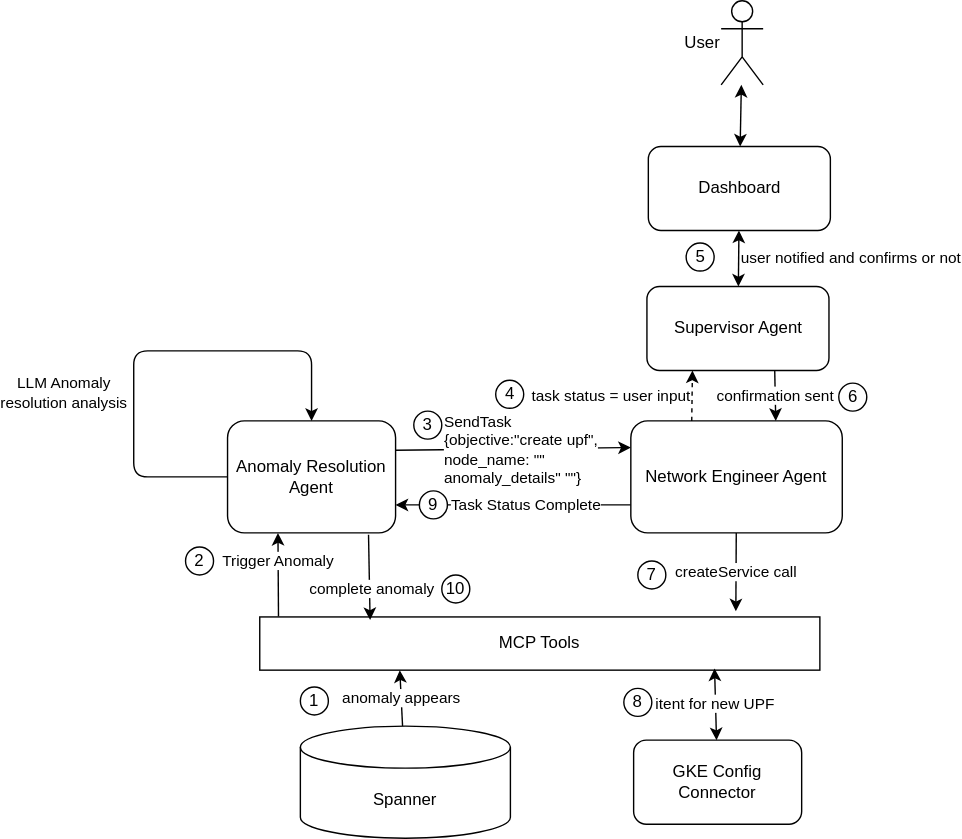
Before: drawings/agent/anomalyflow.drawio.svg, a diagram exported from draw.io (LeegenSteven/NetworkAgent-dev). Source tidied: cells renumbered, new cells last; positions are measured from the earlier drawing's top-left corner, leaving out a move shared by most shapes. The source it was exported from:
```xml
<mxGraphModel>
  <root>
    <mxCell id="0" />
    <mxCell id="1" parent="0" />
    <mxCell id="2" value="Trigger Anomaly" style="edgeStyle=none;html=1;entryX=0.5;entryY=1;entryDx=0;entryDy=0;exitX=0.157;exitY=0.041;exitDx=0;exitDy=0;exitPerimeter=0;" parent="1" edge="1">
      <mxGeometry x="0.33" relative="1" as="geometry">
        <mxPoint x="103.4" y="439.6" as="sourcePoint" />
        <mxPoint x="103" y="380" as="targetPoint" />
      </mxGeometry>
    </mxCell>
    <mxCell id="3" value="MCP Tools" style="rounded=0;whiteSpace=wrap;html=1;" parent="1" vertex="1">
      <mxGeometry x="90" y="440" width="400" height="38" as="geometry" />
    </mxCell>
    <mxCell id="4" value="task status = user input" style="edgeStyle=none;html=1;entryX=0.25;entryY=1;entryDx=0;entryDy=0;exitX=0.25;exitY=0;exitDx=0;exitDy=0;dashed=1;labelPosition=left;verticalLabelPosition=middle;align=right;verticalAlign=middle;" parent="1" edge="1" target="16">
      <mxGeometry relative="1" as="geometry">
        <mxPoint x="398.5" y="300" as="sourcePoint" />
      </mxGeometry>
    </mxCell>
    <mxCell id="5" value="LLM Anomaly&amp;nbsp;&lt;div&gt;resolution analysis&lt;/div&gt;" style="edgeStyle=none;html=1;entryX=0.5;entryY=0;entryDx=0;entryDy=0;" parent="1" edge="1" source="6" target="6">
      <mxGeometry x="-0.24" y="50" relative="1" as="geometry">
        <Array as="points">
          <mxPoint y="340" />
          <mxPoint y="250" />
          <mxPoint x="127" y="250" />
        </Array>
      </mxGeometry>
    </mxCell>
    <mxCell id="6" value="Anomaly Resolution Agent" style="rounded=1;whiteSpace=wrap;html=1;verticalAlign=middle;" parent="1" vertex="1">
      <mxGeometry x="67" y="300" width="120" height="80" as="geometry" />
    </mxCell>
    <mxCell id="7" value="SendTask&lt;div&gt;{objective:&quot;create upf&quot;,&lt;/div&gt;&lt;div&gt;node_name: &quot;&quot;&lt;/div&gt;&lt;div&gt;anomaly_details&quot; &quot;&quot;}&lt;/div&gt;" style="edgeStyle=none;html=1;entryX=0;entryY=0.75;entryDx=0;entryDy=0;align=left;" parent="1" edge="1">
      <mxGeometry x="-0.61" relative="1" as="geometry">
        <mxPoint x="187" y="321" as="sourcePoint" />
        <mxPoint x="355" y="319" as="targetPoint" />
      </mxGeometry>
    </mxCell>
    <mxCell id="8" value="Task Status Complete" style="edgeStyle=none;html=1;entryX=1;entryY=0.75;entryDx=0;entryDy=0;exitX=0;exitY=0.75;exitDx=0;exitDy=0;" parent="1" edge="1" source="9" target="6">
      <mxGeometry x="-0.11" relative="1" as="geometry" />
    </mxCell>
    <mxCell id="9" value="Network Engineer Agent" style="rounded=1;whiteSpace=wrap;html=1;verticalAlign=middle;" parent="1" vertex="1">
      <mxGeometry x="355" y="300" width="151" height="80" as="geometry" />
    </mxCell>
    <mxCell id="10" value="createService call" style="edgeStyle=none;html=1;" parent="1" edge="1" source="9">
      <mxGeometry relative="1" as="geometry">
        <mxPoint x="430" y="436" as="targetPoint" />
      </mxGeometry>
    </mxCell>
    <mxCell id="11" value="anomaly appears" style="edgeStyle=none;html=1;startArrow=none;startFill=0;entryX=0.25;entryY=1;entryDx=0;entryDy=0;" parent="1" edge="1" source="12" target="3">
      <mxGeometry relative="1" as="geometry" />
    </mxCell>
    <mxCell id="12" value="Spanner" style="shape=cylinder3;whiteSpace=wrap;html=1;boundedLbl=1;backgroundOutline=1;size=15;" parent="1" vertex="1">
      <mxGeometry x="119" y="518" width="150" height="80" as="geometry" />
    </mxCell>
    <mxCell id="13" value="GKE Config Connector" style="rounded=1;whiteSpace=wrap;html=1;" parent="1" vertex="1">
      <mxGeometry x="357" y="528" width="120" height="60" as="geometry" />
    </mxCell>
    <mxCell id="14" value="itent for new UPF" style="edgeStyle=none;html=1;entryX=0.812;entryY=0.967;entryDx=0;entryDy=0;entryPerimeter=0;startArrow=classic;startFill=1;" parent="1" edge="1" source="13" target="3">
      <mxGeometry relative="1" as="geometry" />
    </mxCell>
    <mxCell id="15" value="confirmation sent" style="edgeStyle=none;html=1;exitX=0.702;exitY=1.001;exitDx=0;exitDy=0;exitPerimeter=0;entryX=0.75;entryY=0;entryDx=0;entryDy=0;" parent="1" edge="1" source="16">
      <mxGeometry relative="1" as="geometry">
        <mxPoint x="458.5" y="300" as="targetPoint" />
      </mxGeometry>
    </mxCell>
    <mxCell id="16" value="Supervisor Agent" style="rounded=1;whiteSpace=wrap;html=1;verticalAlign=middle;" parent="1" vertex="1">
      <mxGeometry x="366.5" y="204" width="130" height="60" as="geometry" />
    </mxCell>
    <mxCell id="17" value="user notified and confirms or not" style="edgeStyle=none;html=1;startArrow=classic;startFill=1;labelPosition=right;verticalLabelPosition=middle;align=left;verticalAlign=middle;" parent="1" edge="1" source="18" target="16">
      <mxGeometry relative="1" as="geometry" />
    </mxCell>
    <mxCell id="18" value="Dashboard" style="rounded=1;whiteSpace=wrap;html=1;verticalAlign=middle;" parent="1" vertex="1">
      <mxGeometry x="367.5" y="104" width="130" height="60" as="geometry" />
    </mxCell>
    <mxCell id="19" style="edgeStyle=none;html=1;startArrow=classic;startFill=1;" parent="1" edge="1" source="20" target="18">
      <mxGeometry relative="1" as="geometry" />
    </mxCell>
    <mxCell id="20" value="User" style="shape=umlActor;verticalLabelPosition=middle;verticalAlign=middle;html=1;outlineConnect=0;labelPosition=left;align=right;" parent="1" vertex="1">
      <mxGeometry x="419.5" width="30" height="60" as="geometry" />
    </mxCell>
    <mxCell id="21" value="1" style="ellipse;whiteSpace=wrap;html=1;" parent="1" vertex="1">
      <mxGeometry x="119" y="490" width="20" height="20" as="geometry" />
    </mxCell>
    <mxCell id="22" value="2" style="ellipse;whiteSpace=wrap;html=1;" parent="1" vertex="1">
      <mxGeometry x="37" y="390" width="20" height="20" as="geometry" />
    </mxCell>
    <mxCell id="23" value="4" style="ellipse;whiteSpace=wrap;html=1;" parent="1" vertex="1">
      <mxGeometry x="258.5" y="271" width="20" height="20" as="geometry" />
    </mxCell>
    <mxCell id="24" value="5" style="ellipse;whiteSpace=wrap;html=1;" parent="1" vertex="1">
      <mxGeometry x="394.5" y="173" width="20" height="20" as="geometry" />
    </mxCell>
    <mxCell id="25" value="6" style="ellipse;whiteSpace=wrap;html=1;" parent="1" vertex="1">
      <mxGeometry x="503.5" y="273" width="20" height="20" as="geometry" />
    </mxCell>
    <mxCell id="26" value="3" style="ellipse;whiteSpace=wrap;html=1;" parent="1" vertex="1">
      <mxGeometry x="200" y="293" width="20" height="20" as="geometry" />
    </mxCell>
    <mxCell id="27" value="7" style="ellipse;whiteSpace=wrap;html=1;" parent="1" vertex="1">
      <mxGeometry x="360" y="400" width="20" height="20" as="geometry" />
    </mxCell>
    <mxCell id="28" value="8" style="ellipse;whiteSpace=wrap;html=1;" parent="1" vertex="1">
      <mxGeometry x="350" y="491" width="20" height="20" as="geometry" />
    </mxCell>
    <mxCell id="29" value="complete anomaly" style="edgeStyle=none;html=1;exitX=0.839;exitY=1.016;exitDx=0;exitDy=0;exitPerimeter=0;entryX=0.197;entryY=0.057;entryDx=0;entryDy=0;entryPerimeter=0;" parent="1" edge="1" source="6" target="3">
      <mxGeometry x="0.27" y="2" relative="1" as="geometry" />
    </mxCell>
    <mxCell id="30" value="9" style="ellipse;whiteSpace=wrap;html=1;" parent="1" vertex="1">
      <mxGeometry x="204" y="350" width="20" height="20" as="geometry" />
    </mxCell>
    <mxCell id="31" value="10" style="ellipse;whiteSpace=wrap;html=1;" parent="1" vertex="1">
      <mxGeometry x="220" y="410" width="20" height="20" as="geometry" />
    </mxCell>
  </root>
</mxGraphModel>
```
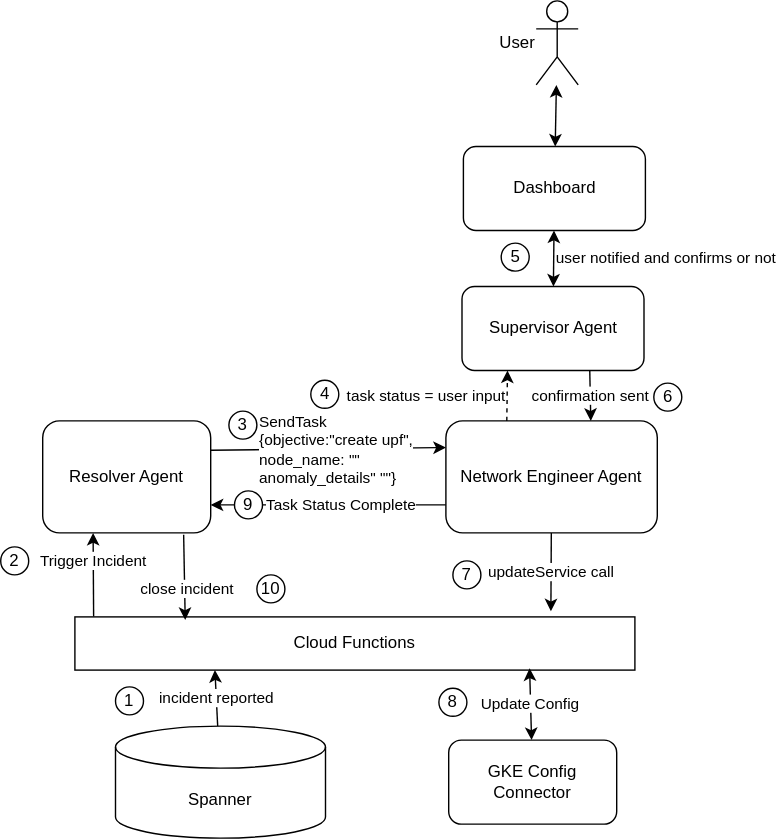
Above is the later version.

The edit, as a diff of the source:
```diff
@@ -2,13 +2,13 @@
   <root>
     <mxCell id="0" />
     <mxCell id="1" parent="0" />
-    <mxCell id="2" value="Trigger Anomaly" style="edgeStyle=none;html=1;entryX=0.5;entryY=1;entryDx=0;entryDy=0;exitX=0.157;exitY=0.041;exitDx=0;exitDy=0;exitPerimeter=0;" parent="1" edge="1">
+    <mxCell id="2" value="Trigger Incident" style="edgeStyle=none;html=1;entryX=0.5;entryY=1;entryDx=0;entryDy=0;exitX=0.157;exitY=0.041;exitDx=0;exitDy=0;exitPerimeter=0;" parent="1" edge="1">
       <mxGeometry x="0.33" relative="1" as="geometry">
         <mxPoint x="103.4" y="439.6" as="sourcePoint" />
         <mxPoint x="103" y="380" as="targetPoint" />
       </mxGeometry>
     </mxCell>
-    <mxCell id="3" value="MCP Tools" style="rounded=0;whiteSpace=wrap;html=1;" parent="1" vertex="1">
+    <mxCell id="3" value="Cloud Functions" style="rounded=0;whiteSpace=wrap;html=1;" parent="1" vertex="1">
       <mxGeometry x="90" y="440" width="400" height="38" as="geometry" />
     </mxCell>
     <mxCell id="4" value="task status = user input" style="edgeStyle=none;html=1;entryX=0.25;entryY=1;entryDx=0;entryDy=0;exitX=0.25;exitY=0;exitDx=0;exitDy=0;dashed=1;labelPosition=left;verticalLabelPosition=middle;align=right;verticalAlign=middle;" parent="1" edge="1" target="16">
@@ -16,16 +16,7 @@
         <mxPoint x="398.5" y="300" as="sourcePoint" />
       </mxGeometry>
     </mxCell>
-    <mxCell id="5" value="LLM Anomaly&amp;nbsp;&lt;div&gt;resolution analysis&lt;/div&gt;" style="edgeStyle=none;html=1;entryX=0.5;entryY=0;entryDx=0;entryDy=0;" parent="1" edge="1" source="6" target="6">
-      <mxGeometry x="-0.24" y="50" relative="1" as="geometry">
-        <Array as="points">
-          <mxPoint y="340" />
-          <mxPoint y="250" />
-          <mxPoint x="127" y="250" />
-        </Array>
-      </mxGeometry>
-    </mxCell>
-    <mxCell id="6" value="Anomaly Resolution Agent" style="rounded=1;whiteSpace=wrap;html=1;verticalAlign=middle;" parent="1" vertex="1">
+    <mxCell id="6" value="Resolver Agent" style="rounded=1;whiteSpace=wrap;html=1;verticalAlign=middle;" parent="1" vertex="1">
       <mxGeometry x="67" y="300" width="120" height="80" as="geometry" />
     </mxCell>
     <mxCell id="7" value="SendTask&lt;div&gt;{objective:&quot;create upf&quot;,&lt;/div&gt;&lt;div&gt;node_name: &quot;&quot;&lt;/div&gt;&lt;div&gt;anomaly_details&quot; &quot;&quot;}&lt;/div&gt;" style="edgeStyle=none;html=1;entryX=0;entryY=0.75;entryDx=0;entryDy=0;align=left;" parent="1" edge="1">
@@ -40,12 +31,12 @@
     <mxCell id="9" value="Network Engineer Agent" style="rounded=1;whiteSpace=wrap;html=1;verticalAlign=middle;" parent="1" vertex="1">
       <mxGeometry x="355" y="300" width="151" height="80" as="geometry" />
     </mxCell>
-    <mxCell id="10" value="createService call" style="edgeStyle=none;html=1;" parent="1" edge="1" source="9">
+    <mxCell id="10" value="updateService call" style="edgeStyle=none;html=1;" parent="1" edge="1" source="9">
       <mxGeometry relative="1" as="geometry">
         <mxPoint x="430" y="436" as="targetPoint" />
       </mxGeometry>
     </mxCell>
-    <mxCell id="11" value="anomaly appears" style="edgeStyle=none;html=1;startArrow=none;startFill=0;entryX=0.25;entryY=1;entryDx=0;entryDy=0;" parent="1" edge="1" source="12" target="3">
+    <mxCell id="11" value="incident reported" style="edgeStyle=none;html=1;startArrow=none;startFill=0;entryX=0.25;entryY=1;entryDx=0;entryDy=0;" parent="1" edge="1" source="12" target="3">
       <mxGeometry relative="1" as="geometry" />
     </mxCell>
     <mxCell id="12" value="Spanner" style="shape=cylinder3;whiteSpace=wrap;html=1;boundedLbl=1;backgroundOutline=1;size=15;" parent="1" vertex="1">
@@ -54,7 +45,7 @@
     <mxCell id="13" value="GKE Config Connector" style="rounded=1;whiteSpace=wrap;html=1;" parent="1" vertex="1">
       <mxGeometry x="357" y="528" width="120" height="60" as="geometry" />
     </mxCell>
-    <mxCell id="14" value="itent for new UPF" style="edgeStyle=none;html=1;entryX=0.812;entryY=0.967;entryDx=0;entryDy=0;entryPerimeter=0;startArrow=classic;startFill=1;" parent="1" edge="1" source="13" target="3">
+    <mxCell id="14" value="Update Config" style="edgeStyle=none;html=1;entryX=0.812;entryY=0.967;entryDx=0;entryDy=0;entryPerimeter=0;startArrow=classic;startFill=1;" parent="1" edge="1" source="13" target="3">
       <mxGeometry relative="1" as="geometry" />
     </mxCell>
     <mxCell id="15" value="confirmation sent" style="edgeStyle=none;html=1;exitX=0.702;exitY=1.001;exitDx=0;exitDy=0;exitPerimeter=0;entryX=0.75;entryY=0;entryDx=0;entryDy=0;" parent="1" edge="1" source="16">
@@ -101,7 +92,7 @@
     <mxCell id="28" value="8" style="ellipse;whiteSpace=wrap;html=1;" parent="1" vertex="1">
       <mxGeometry x="350" y="491" width="20" height="20" as="geometry" />
     </mxCell>
-    <mxCell id="29" value="complete anomaly" style="edgeStyle=none;html=1;exitX=0.839;exitY=1.016;exitDx=0;exitDy=0;exitPerimeter=0;entryX=0.197;entryY=0.057;entryDx=0;entryDy=0;entryPerimeter=0;" parent="1" edge="1" source="6" target="3">
+    <mxCell id="29" value="close incident" style="edgeStyle=none;html=1;exitX=0.839;exitY=1.016;exitDx=0;exitDy=0;exitPerimeter=0;entryX=0.197;entryY=0.057;entryDx=0;entryDy=0;entryPerimeter=0;" parent="1" edge="1" source="6" target="3">
       <mxGeometry x="0.27" y="2" relative="1" as="geometry" />
     </mxCell>
     <mxCell id="30" value="9" style="ellipse;whiteSpace=wrap;html=1;" parent="1" vertex="1">
```
